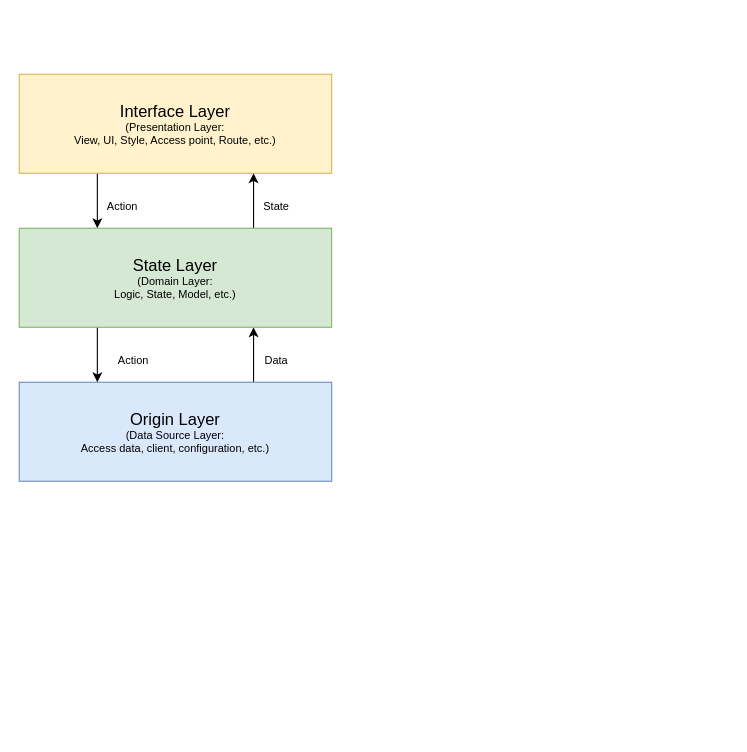
The draw.io diagram page "Layers" (1 of 4) of doc/Architecture diagrams.drawio in dariopalminio/daro-web-app, before the edit. Source tidied: cells renumbered, new cells numbered last; positions are measured from the earlier drawing's top-left corner, leaving out a move shared by most shapes. Both pictures are drawn from the tidied source at 110%, with x=0, y=0 at pixel (19, 74).
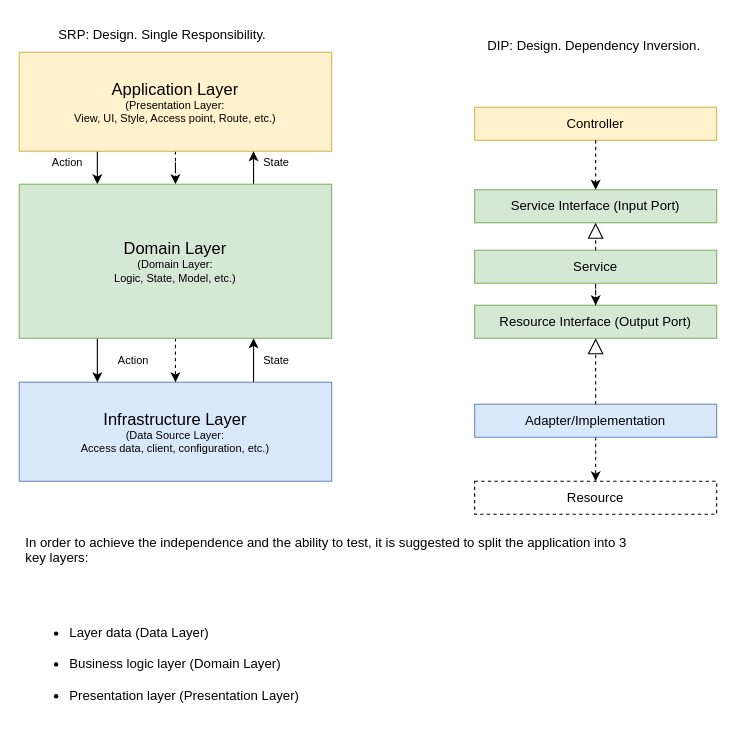
Above is the later version.

Diff of the diagram source:
```diff
@@
+    <mxCell id="13" style="edgeStyle=orthogonalEdgeStyle;rounded=0;jettySize=auto;html=1;entryX=0.5;entryY=0;entryDx=0;entryDy=0;dashed=1;" parent="1" edge="1" source="3" target="8">
+      <mxGeometry relative="1" as="geometry" />
+    </mxCell>
-    <mxCell id="3" value="&lt;font style=&quot;font-size: 15px&quot;&gt;Interface Layer&lt;/font&gt;&lt;br&gt;(Presentation Layer:&lt;br&gt;View, UI, Style, Access point, Route, etc.)" style="rounded=0;whiteSpace=wrap;html=1;fontSize=10;fillColor=#fff2cc;strokeColor=#d6b656;" parent="1" vertex="1">
-      <mxGeometry width="284" height="90" as="geometry" />
+    <mxCell id="3" value="&lt;font style=&quot;font-size: 15px&quot;&gt;Application Layer&lt;/font&gt;&lt;br&gt;(Presentation Layer:&lt;br&gt;View, UI, Style, Access point, Route, etc.)" style="rounded=0;whiteSpace=wrap;html=1;fontSize=10;fillColor=#fff2cc;strokeColor=#d6b656;" parent="1" vertex="1">
+      <mxGeometry y="-20" width="284" height="90" as="geometry" />
     </mxCell>
@@
-    <mxCell id="5" value="&lt;span style=&quot;font-size: 15px&quot;&gt;Origin Layer&lt;br&gt;&lt;/span&gt;(Data Source Layer:&lt;br&gt;Access data, client, configuration, etc.)" style="rounded=0;whiteSpace=wrap;html=1;fontSize=10;labelBackgroundColor=none;fillColor=#dae8fc;strokeColor=#6c8ebf;" parent="1" vertex="1">
+    <mxCell id="5" value="&lt;span style=&quot;font-size: 15px&quot;&gt;Infrastructure Layer&lt;br&gt;&lt;/span&gt;(Data Source Layer:&lt;br&gt;Access data, client, configuration, etc.)" style="rounded=0;whiteSpace=wrap;html=1;fontSize=10;labelBackgroundColor=none;fillColor=#dae8fc;strokeColor=#6c8ebf;" parent="1" vertex="1">
       <mxGeometry y="280" width="284" height="90" as="geometry" />
     </mxCell>
@@
+    <mxCell id="14" style="edgeStyle=orthogonalEdgeStyle;rounded=0;jettySize=auto;html=1;dashed=1;" parent="1" edge="1" source="8" target="5">
+      <mxGeometry relative="1" as="geometry" />
+    </mxCell>
-    <mxCell id="8" value="&lt;span style=&quot;font-size: 15px&quot;&gt;State Layer&lt;/span&gt;&lt;br&gt;(Domain Layer:&lt;br&gt;Logic, State, Model, etc.)" style="rounded=0;whiteSpace=wrap;html=1;fontSize=10;fillColor=#d5e8d4;strokeColor=#82b366;" parent="1" vertex="1">
-      <mxGeometry y="140" width="284" height="90" as="geometry" />
+    <mxCell id="8" value="&lt;span style=&quot;font-size: 15px&quot;&gt;Domain Layer&lt;/span&gt;&lt;br&gt;(Domain Layer:&lt;br&gt;Logic, State, Model, etc.)" style="rounded=0;whiteSpace=wrap;html=1;fontSize=10;fillColor=#d5e8d4;strokeColor=#82b366;" parent="1" vertex="1">
+      <mxGeometry y="100" width="284" height="140" as="geometry" />
     </mxCell>
     <mxCell id="9" value="Action" style="text;html=1;strokeColor=none;fillColor=none;align=center;verticalAlign=middle;whiteSpace=wrap;rounded=0;labelBackgroundColor=none;fontSize=10;fontColor=#000000;" parent="1" vertex="1">
-      <mxGeometry x="74" y="110" width="40" height="20" as="geometry" />
+      <mxGeometry x="24" y="70" width="40" height="20" as="geometry" />
     </mxCell>
     <mxCell id="10" value="State" style="text;html=1;strokeColor=none;fillColor=none;align=center;verticalAlign=middle;whiteSpace=wrap;rounded=0;labelBackgroundColor=none;fontSize=10;fontColor=#000000;" parent="1" vertex="1">
-      <mxGeometry x="214" y="110" width="40" height="20" as="geometry" />
+      <mxGeometry x="214" y="70" width="40" height="20" as="geometry" />
     </mxCell>
@@
-    <mxCell id="12" value="Data" style="text;html=1;strokeColor=none;fillColor=none;align=center;verticalAlign=middle;whiteSpace=wrap;rounded=0;labelBackgroundColor=none;fontSize=10;fontColor=#000000;" parent="1" vertex="1">
+    <mxCell id="12" value="State" style="text;html=1;strokeColor=none;fillColor=none;align=center;verticalAlign=middle;whiteSpace=wrap;rounded=0;labelBackgroundColor=none;fontSize=10;fontColor=#000000;" parent="1" vertex="1">
       <mxGeometry x="214" y="250" width="40" height="20" as="geometry" />
     </mxCell>
+    <mxCell id="15" value="&lt;span style=&quot;font-family: &amp;#34;helvetica&amp;#34;&quot;&gt;SRP: Design. Single Responsibility.&lt;/span&gt;" style="text;whiteSpace=wrap;html=1;" parent="1" vertex="1">
+      <mxGeometry x="34" y="-50" width="260" height="30" as="geometry" />
+    </mxCell>
+    <mxCell id="16" value="Resource Interface (Output Port)" style="rounded=0;whiteSpace=wrap;html=1;align=center;fillColor=#d5e8d4;strokeColor=#82b366;" parent="1" vertex="1">
+      <mxGeometry x="414" y="210" width="220" height="30" as="geometry" />
+    </mxCell>
+    <mxCell id="17" style="edgeStyle=orthogonalEdgeStyle;rounded=0;jettySize=auto;html=1;dashed=1;" parent="1" edge="1" source="18" target="16">
+      <mxGeometry relative="1" as="geometry" />
+    </mxCell>
+    <mxCell id="18" value="Service" style="rounded=0;whiteSpace=wrap;html=1;align=center;fillColor=#d5e8d4;strokeColor=#82b366;" parent="1" vertex="1">
+      <mxGeometry x="414" y="160" width="220" height="30" as="geometry" />
+    </mxCell>
+    <mxCell id="19" style="edgeStyle=orthogonalEdgeStyle;rounded=0;jettySize=auto;html=1;dashed=1;" parent="1" edge="1" source="20" target="22">
+      <mxGeometry relative="1" as="geometry" />
+    </mxCell>
+    <mxCell id="20" value="Adapter/Implementation" style="rounded=0;whiteSpace=wrap;html=1;align=center;fillColor=#dae8fc;strokeColor=#6c8ebf;" parent="1" vertex="1">
+      <mxGeometry x="414" y="300" width="220" height="30" as="geometry" />
+    </mxCell>
+    <mxCell id="21" style="endArrow=block;dashed=1;endFill=0;endSize=12;html=1;entryX=0.5;entryY=1;entryDx=0;entryDy=0;exitX=0.5;exitY=0;exitDx=0;exitDy=0;" parent="1" edge="1" source="20" target="16">
+      <mxGeometry relative="1" as="geometry" />
+    </mxCell>
+    <mxCell id="22" value="Resource" style="rounded=0;whiteSpace=wrap;html=1;align=center;dashed=1;" parent="1" vertex="1">
+      <mxGeometry x="414" y="370" width="220" height="30" as="geometry" />
+    </mxCell>
+    <mxCell id="23" value="&lt;span style=&quot;font-family: &amp;#34;helvetica&amp;#34;&quot;&gt;DIP: Design.&amp;nbsp;Dependency Inversion.&lt;/span&gt;" style="text;whiteSpace=wrap;html=1;" parent="1" vertex="1">
+      <mxGeometry x="424" y="-40" width="220" height="30" as="geometry" />
+    </mxCell>
+    <mxCell id="24" value="&lt;p class=&quot;p1&quot;&gt;In order to achieve the independence and the ability to test, it is suggested to split the application into 3 key layers:&lt;/p&gt;&#10;&lt;ul class=&quot;ul1&quot;&gt;&#10;&lt;li class=&quot;li1&quot;&gt;&lt;span class=&quot;s1&quot;&gt;&lt;/span&gt;Layer data (Data Layer)&lt;/li&gt;&#10;&lt;li class=&quot;li1&quot;&gt;&lt;span class=&quot;s1&quot;&gt;&lt;/span&gt;Business logic layer (Domain Layer)&lt;/li&gt;&#10;&lt;li class=&quot;li1&quot;&gt;&lt;span class=&quot;s1&quot;&gt;&lt;/span&gt;Presentation layer (Presentation Layer)&lt;/li&gt;&#10;&lt;/ul&gt;" style="text;whiteSpace=wrap;html=1;" parent="1" vertex="1">
+      <mxGeometry x="4" y="400" width="550" height="200" as="geometry" />
+    </mxCell>
+    <mxCell id="25" value="Controller" style="rounded=0;whiteSpace=wrap;html=1;align=center;fillColor=#fff2cc;strokeColor=#d6b656;" parent="1" vertex="1">
+      <mxGeometry x="414" y="30" width="220" height="30" as="geometry" />
+    </mxCell>
+    <mxCell id="26" value="Service Interface (Input Port)" style="rounded=0;whiteSpace=wrap;html=1;align=center;fillColor=#d5e8d4;strokeColor=#82b366;" parent="1" vertex="1">
+      <mxGeometry x="414" y="105" width="220" height="30" as="geometry" />
+    </mxCell>
+    <mxCell id="27" style="endArrow=block;dashed=1;endFill=0;endSize=12;html=1;entryX=0.5;entryY=1;entryDx=0;entryDy=0;exitX=0.5;exitY=0;exitDx=0;exitDy=0;" parent="1" edge="1" source="18" target="26">
+      <mxGeometry relative="1" as="geometry" />
+    </mxCell>
+    <mxCell id="28" style="edgeStyle=orthogonalEdgeStyle;rounded=0;jettySize=auto;html=1;dashed=1;exitX=0.5;exitY=1;exitDx=0;exitDy=0;entryX=0.5;entryY=0;entryDx=0;entryDy=0;" parent="1" edge="1" source="25" target="26">
+      <mxGeometry relative="1" as="geometry" />
+    </mxCell>
```
